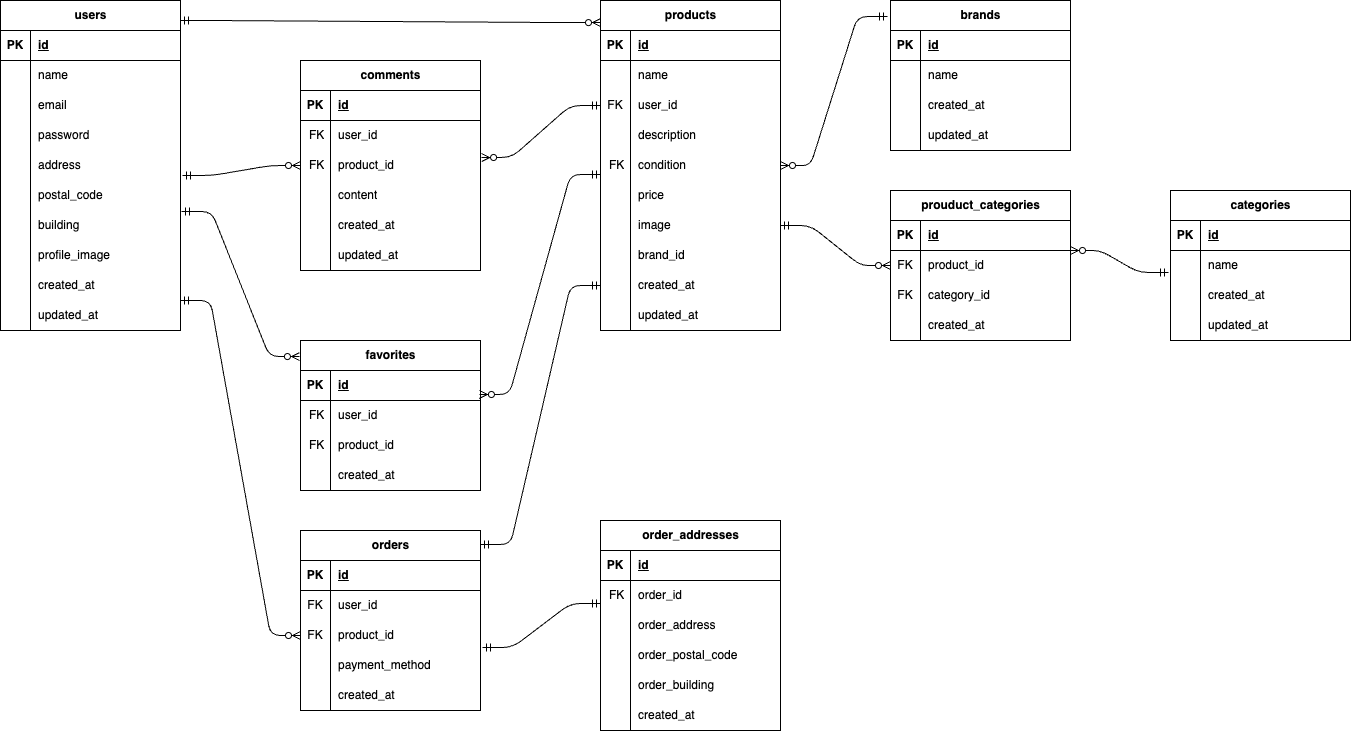
This is src/public/er-diagram.png from yurikoUe/mock-furima, a draw.io export, as it was before one commit. Source tidied: cells renumbered, new cells last; positions are measured from the earlier drawing's top-left corner, leaving out a move shared by most shapes.
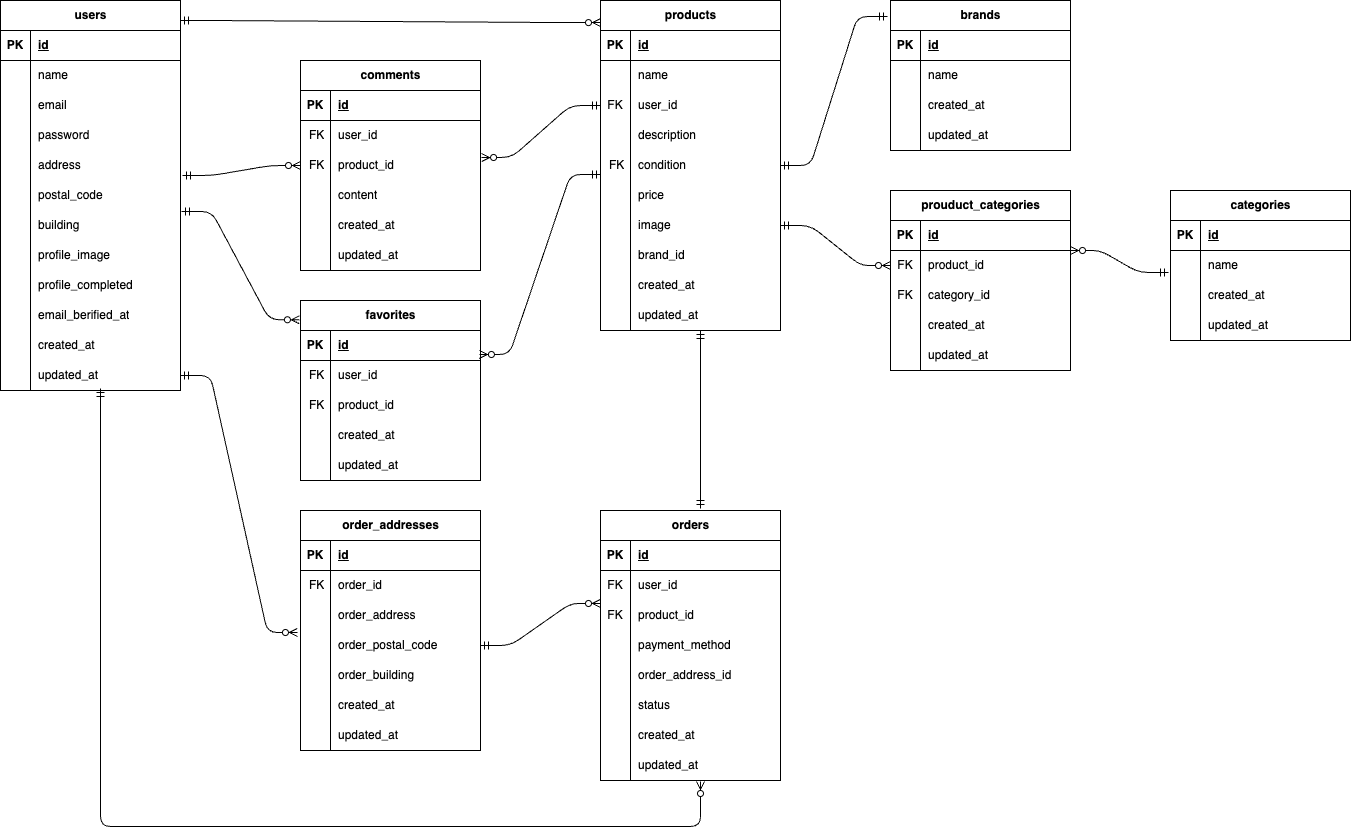
The same diagram one commit later.

Diff of the diagram source:
```diff
@@ -3,7 +3,7 @@
     <mxCell id="0" />
     <mxCell id="1" parent="0" />
     <mxCell id="2" value="users" style="shape=table;startSize=30;rowLines=0;fontStyle=1;align=center;html=1;fontColor=#000000;" parent="1" vertex="1">
-      <mxGeometry width="180" height="330" as="geometry" />
+      <mxGeometry width="180" height="390" as="geometry" />
     </mxCell>
     <mxCell id="3" style="shape=tableRow;horizontal=0;startSize=0;swimlaneHead=0;swimlaneBody=0;fillColor=none;top=0;left=0;right=0;bottom=1;fontColor=#000000;" parent="2" vertex="1">
       <mxGeometry y="30" width="180" height="30" as="geometry" />
@@ -83,7 +83,7 @@
     <mxCell id="28" style="shape=partialRectangle;fillColor=none;top=0;left=0;bottom=0;right=0;overflow=hidden;whiteSpace=wrap;html=1;fontColor=#000000;" parent="27" vertex="1">
       <mxGeometry width="30" height="30" as="geometry" />
     </mxCell>
-    <mxCell id="29" value="&lt;span&gt;&lt;font style=&quot;&quot;&gt;created_at&lt;/font&gt;&lt;/span&gt;" style="shape=partialRectangle;fillColor=none;top=0;left=0;bottom=0;right=0;align=left;spacingLeft=6;overflow=hidden;whiteSpace=wrap;html=1;fontColor=#000000;" parent="27" vertex="1">
+    <mxCell id="29" value="&lt;span&gt;&lt;font style=&quot;&quot;&gt;profile_completed&lt;/font&gt;&lt;/span&gt;" style="shape=partialRectangle;fillColor=none;top=0;left=0;bottom=0;right=0;align=left;spacingLeft=6;overflow=hidden;whiteSpace=wrap;html=1;fontColor=#000000;" parent="27" vertex="1">
       <mxGeometry x="30" width="150" height="30" as="geometry" />
     </mxCell>
     <mxCell id="30" style="shape=tableRow;horizontal=0;startSize=0;swimlaneHead=0;swimlaneBody=0;fillColor=none;top=0;left=0;right=0;bottom=0;fontColor=#000000;" parent="2" vertex="1">
@@ -92,11 +92,29 @@
     <mxCell id="31" style="shape=partialRectangle;fillColor=none;top=0;left=0;bottom=0;right=0;overflow=hidden;whiteSpace=wrap;html=1;fontColor=#000000;" parent="30" vertex="1">
       <mxGeometry width="30" height="30" as="geometry" />
     </mxCell>
-    <mxCell id="32" value="&lt;font style=&quot;&quot;&gt;updated_at&lt;/font&gt;" style="shape=partialRectangle;fillColor=none;top=0;left=0;bottom=0;right=0;align=left;spacingLeft=6;overflow=hidden;whiteSpace=wrap;html=1;fontColor=#000000;" parent="30" vertex="1">
+    <mxCell id="32" value="&lt;font style=&quot;&quot;&gt;email_berified_at&lt;/font&gt;" style="shape=partialRectangle;fillColor=none;top=0;left=0;bottom=0;right=0;align=left;spacingLeft=6;overflow=hidden;whiteSpace=wrap;html=1;fontColor=#000000;" parent="30" vertex="1">
       <mxGeometry x="30" width="150" height="30" as="geometry" />
     </mxCell>
+    <mxCell id="181" style="shape=tableRow;horizontal=0;startSize=0;swimlaneHead=0;swimlaneBody=0;fillColor=none;top=0;left=0;right=0;bottom=0;fontColor=#000000;" parent="2" vertex="1">
+      <mxGeometry y="330" width="180" height="30" as="geometry" />
+    </mxCell>
+    <mxCell id="182" style="shape=partialRectangle;fillColor=none;top=0;left=0;bottom=0;right=0;overflow=hidden;whiteSpace=wrap;html=1;fontColor=#000000;" parent="181" vertex="1">
+      <mxGeometry width="30" height="30" as="geometry" />
+    </mxCell>
+    <mxCell id="183" value="created_at" style="shape=partialRectangle;fillColor=none;top=0;left=0;bottom=0;right=0;align=left;spacingLeft=6;overflow=hidden;whiteSpace=wrap;html=1;fontColor=#000000;" parent="181" vertex="1">
+      <mxGeometry x="30" width="150" height="30" as="geometry" />
+    </mxCell>
+    <mxCell id="184" style="shape=tableRow;horizontal=0;startSize=0;swimlaneHead=0;swimlaneBody=0;fillColor=none;points=[[0,0.5],[1,0.5]];portConstraint=eastwest;top=0;left=0;right=0;bottom=0;fontColor=#000000;" parent="2" vertex="1">
+      <mxGeometry y="360" width="180" height="30" as="geometry" />
+    </mxCell>
+    <mxCell id="185" style="shape=partialRectangle;fillColor=none;top=0;left=0;bottom=0;right=0;overflow=hidden;whiteSpace=wrap;html=1;fontColor=#000000;" parent="184" vertex="1">
+      <mxGeometry width="30" height="30" as="geometry" />
+    </mxCell>
+    <mxCell id="186" value="updated_at" style="shape=partialRectangle;fillColor=none;top=0;left=0;bottom=0;right=0;align=left;spacingLeft=6;overflow=hidden;whiteSpace=wrap;html=1;fontColor=#000000;" parent="184" vertex="1">
+      <mxGeometry x="30" width="150" height="30" as="geometry" />
+    </mxCell>
     <mxCell id="33" value="prouduct_categories" style="shape=table;startSize=30;rowLines=0;fontStyle=1;align=center;html=1;fontColor=#000000;" parent="1" vertex="1">
-      <mxGeometry x="890" y="190" width="180" height="150" as="geometry" />
+      <mxGeometry x="890" y="190" width="180" height="180" as="geometry" />
     </mxCell>
     <mxCell id="34" style="shape=tableRow;horizontal=0;startSize=0;swimlaneHead=0;swimlaneBody=0;fillColor=none;top=0;left=0;right=0;bottom=1;fontColor=#000000;" parent="33" vertex="1">
       <mxGeometry y="30" width="180" height="30" as="geometry" />
@@ -134,6 +152,15 @@
     <mxCell id="45" value="&lt;font style=&quot;&quot;&gt;created_at&lt;/font&gt;" style="shape=partialRectangle;fillColor=none;top=0;left=0;bottom=0;right=0;align=left;spacingLeft=6;overflow=hidden;whiteSpace=wrap;html=1;fontColor=#000000;" parent="43" vertex="1">
       <mxGeometry x="30" width="150" height="30" as="geometry" />
     </mxCell>
+    <mxCell id="187" style="shape=tableRow;horizontal=0;startSize=0;swimlaneHead=0;swimlaneBody=0;fillColor=none;top=0;left=0;right=0;bottom=0;fontColor=#000000;" parent="33" vertex="1">
+      <mxGeometry y="150" width="180" height="30" as="geometry" />
+    </mxCell>
+    <mxCell id="188" style="shape=partialRectangle;fillColor=none;top=0;left=0;bottom=0;right=0;overflow=hidden;whiteSpace=wrap;html=1;fontColor=#000000;" parent="187" vertex="1">
+      <mxGeometry width="30" height="30" as="geometry" />
+    </mxCell>
+    <mxCell id="189" value="updated_at" style="shape=partialRectangle;fillColor=none;top=0;left=0;bottom=0;right=0;align=left;spacingLeft=6;overflow=hidden;whiteSpace=wrap;html=1;fontColor=#000000;" parent="187" vertex="1">
+      <mxGeometry x="30" width="150" height="30" as="geometry" />
+    </mxCell>
     <mxCell id="46" value="products" style="shape=table;startSize=30;rowLines=0;fontStyle=1;align=center;html=1;fontColor=#000000;" parent="1" vertex="1">
       <mxGeometry x="600" width="180" height="330" as="geometry" />
     </mxCell>
@@ -228,7 +255,7 @@
       <mxGeometry x="30" width="150" height="30" as="geometry" />
     </mxCell>
     <mxCell id="77" value="orders" style="shape=table;startSize=30;rowLines=0;fontStyle=1;align=center;html=1;fontColor=#000000;" parent="1" vertex="1">
-      <mxGeometry x="300" y="530" width="180" height="180" as="geometry" />
+      <mxGeometry x="600" y="510" width="180" height="270" as="geometry" />
     </mxCell>
     <mxCell id="78" style="shape=tableRow;horizontal=0;startSize=0;swimlaneHead=0;swimlaneBody=0;fillColor=none;top=0;left=0;right=0;bottom=1;fontColor=#000000;" parent="77" vertex="1">
       <mxGeometry y="30" width="180" height="30" as="geometry" />
@@ -272,11 +299,38 @@
     <mxCell id="91" style="shape=partialRectangle;fillColor=none;top=0;left=0;bottom=0;right=0;overflow=hidden;whiteSpace=wrap;html=1;fontColor=#000000;" parent="90" vertex="1">
       <mxGeometry width="30" height="30" as="geometry" />
     </mxCell>
-    <mxCell id="92" value="&lt;font style=&quot;&quot;&gt;created_at&lt;/font&gt;" style="shape=partialRectangle;fillColor=none;top=0;left=0;bottom=0;right=0;align=left;spacingLeft=6;overflow=hidden;whiteSpace=wrap;html=1;fontColor=#000000;" parent="90" vertex="1">
+    <mxCell id="92" value="&lt;font style=&quot;&quot;&gt;order_address_id&lt;/font&gt;" style="shape=partialRectangle;fillColor=none;top=0;left=0;bottom=0;right=0;align=left;spacingLeft=6;overflow=hidden;whiteSpace=wrap;html=1;fontColor=#000000;" parent="90" vertex="1">
       <mxGeometry x="30" width="150" height="30" as="geometry" />
     </mxCell>
+    <mxCell id="190" style="shape=tableRow;horizontal=0;startSize=0;swimlaneHead=0;swimlaneBody=0;fillColor=none;top=0;left=0;right=0;bottom=0;fontColor=#000000;" parent="77" vertex="1">
+      <mxGeometry y="180" width="180" height="30" as="geometry" />
+    </mxCell>
+    <mxCell id="191" style="shape=partialRectangle;fillColor=none;top=0;left=0;bottom=0;right=0;overflow=hidden;whiteSpace=wrap;html=1;fontColor=#000000;" parent="190" vertex="1">
+      <mxGeometry width="30" height="30" as="geometry" />
+    </mxCell>
+    <mxCell id="192" value="&lt;font style=&quot;&quot;&gt;status&lt;/font&gt;" style="shape=partialRectangle;fillColor=none;top=0;left=0;bottom=0;right=0;align=left;spacingLeft=6;overflow=hidden;whiteSpace=wrap;html=1;fontColor=#000000;" parent="190" vertex="1">
+      <mxGeometry x="30" width="150" height="30" as="geometry" />
+    </mxCell>
+    <mxCell id="193" style="shape=tableRow;horizontal=0;startSize=0;swimlaneHead=0;swimlaneBody=0;fillColor=none;top=0;left=0;right=0;bottom=0;fontColor=#000000;" parent="77" vertex="1">
+      <mxGeometry y="210" width="180" height="30" as="geometry" />
+    </mxCell>
+    <mxCell id="194" style="shape=partialRectangle;fillColor=none;top=0;left=0;bottom=0;right=0;overflow=hidden;whiteSpace=wrap;html=1;fontColor=#000000;" parent="193" vertex="1">
+      <mxGeometry width="30" height="30" as="geometry" />
+    </mxCell>
+    <mxCell id="195" value="&lt;font style=&quot;&quot;&gt;created_at&lt;/font&gt;" style="shape=partialRectangle;fillColor=none;top=0;left=0;bottom=0;right=0;align=left;spacingLeft=6;overflow=hidden;whiteSpace=wrap;html=1;fontColor=#000000;" parent="193" vertex="1">
+      <mxGeometry x="30" width="150" height="30" as="geometry" />
+    </mxCell>
+    <mxCell id="196" style="shape=tableRow;horizontal=0;startSize=0;swimlaneHead=0;swimlaneBody=0;fillColor=none;top=0;left=0;right=0;bottom=0;fontColor=#000000;" parent="77" vertex="1">
+      <mxGeometry y="240" width="180" height="30" as="geometry" />
+    </mxCell>
+    <mxCell id="197" style="shape=partialRectangle;fillColor=none;top=0;left=0;bottom=0;right=0;overflow=hidden;whiteSpace=wrap;html=1;fontColor=#000000;" parent="196" vertex="1">
+      <mxGeometry width="30" height="30" as="geometry" />
+    </mxCell>
+    <mxCell id="198" value="updated_at" style="shape=partialRectangle;fillColor=none;top=0;left=0;bottom=0;right=0;align=left;spacingLeft=6;overflow=hidden;whiteSpace=wrap;html=1;fontColor=#000000;" parent="196" vertex="1">
+      <mxGeometry x="30" width="150" height="30" as="geometry" />
+    </mxCell>
     <mxCell id="93" value="favorites" style="shape=table;startSize=30;rowLines=0;fontStyle=1;align=center;html=1;fontColor=#000000;" parent="1" vertex="1">
-      <mxGeometry x="300" y="340" width="180" height="150" as="geometry" />
+      <mxGeometry x="300" y="300" width="180" height="180" as="geometry" />
     </mxCell>
     <mxCell id="94" style="shape=tableRow;horizontal=0;startSize=0;swimlaneHead=0;swimlaneBody=0;fillColor=none;points=[[0,0.5],[1,0.5]];portConstraint=eastwest;top=0;left=0;right=0;bottom=1;fontColor=#000000;" parent="93" vertex="1">
       <mxGeometry y="30" width="180" height="30" as="geometry" />
@@ -314,6 +368,15 @@
     <mxCell id="105" value="&lt;font style=&quot;&quot;&gt;created_at&lt;/font&gt;" style="shape=partialRectangle;fillColor=none;top=0;left=0;bottom=0;right=0;align=left;spacingLeft=6;overflow=hidden;whiteSpace=wrap;html=1;fontColor=#000000;" parent="103" vertex="1">
       <mxGeometry x="30" width="150" height="30" as="geometry" />
     </mxCell>
+    <mxCell id="199" style="shape=tableRow;horizontal=0;startSize=0;swimlaneHead=0;swimlaneBody=0;fillColor=none;top=0;left=0;right=0;bottom=0;fontColor=#000000;" parent="93" vertex="1">
+      <mxGeometry y="150" width="180" height="30" as="geometry" />
+    </mxCell>
+    <mxCell id="200" style="shape=partialRectangle;fillColor=none;top=0;left=0;bottom=0;right=0;overflow=hidden;whiteSpace=wrap;html=1;fontColor=#000000;" parent="199" vertex="1">
+      <mxGeometry width="30" height="30" as="geometry" />
+    </mxCell>
+    <mxCell id="201" value="updated_at" style="shape=partialRectangle;fillColor=none;top=0;left=0;bottom=0;right=0;align=left;spacingLeft=6;overflow=hidden;whiteSpace=wrap;html=1;fontColor=#000000;" parent="199" vertex="1">
+      <mxGeometry x="30" width="150" height="30" as="geometry" />
+    </mxCell>
     <mxCell id="106" value="comments" style="shape=table;startSize=30;rowLines=0;fontStyle=1;align=center;html=1;fontColor=#000000;" parent="1" vertex="1">
       <mxGeometry x="300" y="60" width="180" height="210" as="geometry" />
     </mxCell>
@@ -450,7 +513,7 @@
       <mxGeometry x="30" width="150" height="30" as="geometry" />
     </mxCell>
     <mxCell id="151" value="order_addresses" style="shape=table;startSize=30;rowLines=0;fontStyle=1;align=center;html=1;fontColor=#000000;" parent="1" vertex="1">
-      <mxGeometry x="600" y="520" width="180" height="210" as="geometry" />
+      <mxGeometry x="300" y="510" width="180" height="240" as="geometry" />
     </mxCell>
     <mxCell id="152" style="shape=tableRow;horizontal=0;startSize=0;swimlaneHead=0;swimlaneBody=0;fillColor=none;top=0;left=0;right=0;bottom=1;fontColor=#000000;" parent="151" vertex="1">
       <mxGeometry y="30" width="180" height="30" as="geometry" />
@@ -506,7 +569,16 @@
     <mxCell id="169" value="&lt;font style=&quot;&quot;&gt;created_at&lt;/font&gt;" style="shape=partialRectangle;fillColor=none;top=0;left=0;bottom=0;right=0;align=left;spacingLeft=6;overflow=hidden;whiteSpace=wrap;html=1;fontColor=#000000;" parent="167" vertex="1">
       <mxGeometry x="30" width="150" height="30" as="geometry" />
     </mxCell>
+    <mxCell id="202" style="shape=tableRow;horizontal=0;startSize=0;swimlaneHead=0;swimlaneBody=0;fillColor=none;top=0;left=0;right=0;bottom=0;fontColor=#000000;" parent="151" vertex="1">
+      <mxGeometry y="210" width="180" height="30" as="geometry" />
+    </mxCell>
+    <mxCell id="203" style="shape=partialRectangle;fillColor=none;top=0;left=0;bottom=0;right=0;overflow=hidden;whiteSpace=wrap;html=1;fontColor=#000000;" parent="202" vertex="1">
+      <mxGeometry width="30" height="30" as="geometry" />
+    </mxCell>
+    <mxCell id="204" value="updated_at" style="shape=partialRectangle;fillColor=none;top=0;left=0;bottom=0;right=0;align=left;spacingLeft=6;overflow=hidden;whiteSpace=wrap;html=1;fontColor=#000000;" parent="202" vertex="1">
+      <mxGeometry x="30" width="150" height="30" as="geometry" />
+    </mxCell>
-    <mxCell id="170" style="edgeStyle=entityRelationEdgeStyle;fontSize=12;html=1;endArrow=ERzeroToMany;startArrow=ERmandOne;rounded=1;exitX=1;exitY=1;exitDx=0;exitDy=0;curved=0;entryX=0;entryY=0.5;entryDx=0;entryDy=0;exitPerimeter=0;fontColor=#000000;" parent="1" edge="1" source="27" target="84">
+    <mxCell id="170" style="edgeStyle=entityRelationEdgeStyle;fontSize=12;html=1;endArrow=ERzeroToMany;startArrow=ERmandOne;rounded=1;exitX=1;exitY=0.5;exitDx=0;exitDy=0;curved=0;entryX=-0.017;entryY=0.067;entryDx=0;entryDy=0;fontColor=#000000;entryPerimeter=0;" parent="1" edge="1" source="184" target="161">
       <mxGeometry relative="1" as="geometry" />
     </mxCell>
     <mxCell id="171" style="edgeStyle=entityRelationEdgeStyle;fontSize=12;html=1;endArrow=ERzeroToMany;startArrow=ERmandOne;rounded=1;entryX=0;entryY=0.5;entryDx=0;entryDy=0;curved=0;exitX=1.011;exitY=0.833;exitDx=0;exitDy=0;exitPerimeter=0;fontColor=#000000;" parent="1" edge="1" source="15" target="113">
@@ -521,13 +593,12 @@
     <mxCell id="174" style="edgeStyle=entityRelationEdgeStyle;fontSize=12;html=1;endArrow=ERzeroToMany;startArrow=ERmandOne;rounded=1;entryX=1.006;entryY=0.233;entryDx=0;entryDy=0;exitX=0;exitY=0.5;exitDx=0;exitDy=0;curved=0;entryPerimeter=0;fontColor=#000000;" parent="1" edge="1" source="53" target="113">
       <mxGeometry relative="1" as="geometry" />
     </mxCell>
-    <mxCell id="175" style="edgeStyle=entityRelationEdgeStyle;fontSize=12;html=1;endArrow=ERmandOne;startArrow=ERmandOne;rounded=1;exitX=0.989;exitY=0.267;exitDx=0;exitDy=0;curved=0;exitPerimeter=0;entryX=-0.022;entryY=0.133;entryDx=0;entryDy=0;entryPerimeter=0;fontColor=#000000;" parent="1" edge="1">
+    <mxCell id="175" style="edgeStyle=entityRelationEdgeStyle;fontSize=12;html=1;endArrow=ERzeroToMany;startArrow=ERmandOne;rounded=1;exitX=1;exitY=0.5;exitDx=0;exitDy=0;curved=0;entryX=-0.022;entryY=0.133;entryDx=0;entryDy=0;entryPerimeter=0;fontColor=#000000;endFill=0;" parent="1" edge="1" source="161">
       <mxGeometry relative="1" as="geometry">
-        <mxPoint x="482" y="647" as="sourcePoint" />
         <mxPoint x="600" y="603" as="targetPoint" />
       </mxGeometry>
     </mxCell>
-    <mxCell id="176" style="edgeStyle=entityRelationEdgeStyle;fontSize=12;html=1;endArrow=ERmandOne;startArrow=ERzeroToMany;rounded=1;curved=0;entryX=-0.017;entryY=0.107;entryDx=0;entryDy=0;entryPerimeter=0;exitX=1;exitY=0.5;exitDx=0;exitDy=0;startFill=0;fontColor=#000000;" parent="1" edge="1" source="59" target="138">
+    <mxCell id="176" style="edgeStyle=entityRelationEdgeStyle;fontSize=12;html=1;endArrow=ERmandOne;startArrow=ERmandOne;rounded=1;curved=0;entryX=-0.017;entryY=0.107;entryDx=0;entryDy=0;entryPerimeter=0;exitX=1;exitY=0.5;exitDx=0;exitDy=0;startFill=0;fontColor=#000000;" parent="1" edge="1" source="59" target="138">
       <mxGeometry relative="1" as="geometry" />
     </mxCell>
     <mxCell id="177" style="edgeStyle=entityRelationEdgeStyle;fontSize=12;html=1;endArrow=ERzeroToMany;startArrow=ERmandOne;rounded=1;entryX=0;entryY=0.5;entryDx=0;entryDy=0;curved=0;endFill=0;exitX=1;exitY=0.5;exitDx=0;exitDy=0;fontColor=#000000;" parent="1" edge="1" source="65" target="37">
@@ -541,10 +612,20 @@
         <mxPoint x="180" y="20" as="sourcePoint" />
       </mxGeometry>
     </mxCell>
-    <mxCell id="180" style="edgeStyle=entityRelationEdgeStyle;fontSize=12;html=1;endArrow=ERmandOne;startArrow=ERmandOne;rounded=1;exitX=0.989;exitY=0.267;exitDx=0;exitDy=0;curved=0;exitPerimeter=0;entryX=0;entryY=0.5;entryDx=0;entryDy=0;fontColor=#000000;" parent="1" edge="1" target="71">
+    <mxCell id="180" style="fontSize=12;html=1;endArrow=ERmandOne;startArrow=ERmandOne;rounded=1;exitX=0.556;exitY=-0.007;exitDx=0;exitDy=0;entryX=0;entryY=0.5;entryDx=0;entryDy=0;fontColor=#000000;strokeColor=default;exitPerimeter=0;" parent="1" edge="1" source="77">
       <mxGeometry relative="1" as="geometry">
-        <mxPoint x="480" y="544" as="sourcePoint" />
+        <mxPoint x="700" y="330" as="targetPoint" />
       </mxGeometry>
     </mxCell>
+    <mxCell id="205" style="edgeStyle=orthogonalEdgeStyle;fontSize=12;html=1;endArrow=ERzeroToMany;startArrow=ERmandOne;rounded=1;exitX=0.556;exitY=1.067;exitDx=0;exitDy=0;exitPerimeter=0;fontColor=#000000;entryX=0;entryY=0.5;entryDx=0;entryDy=0;" parent="1" edge="1">
+      <mxGeometry relative="1" as="geometry">
+        <mxPoint x="100.1" y="388" as="sourcePoint" />
+        <mxPoint x="700" y="781" as="targetPoint" />
+        <Array as="points">
+          <mxPoint x="100" y="826" />
+          <mxPoint x="700" y="826" />
+        </Array>
+      </mxGeometry>
+    </mxCell>
   </root>
 </mxGraphModel>
```
